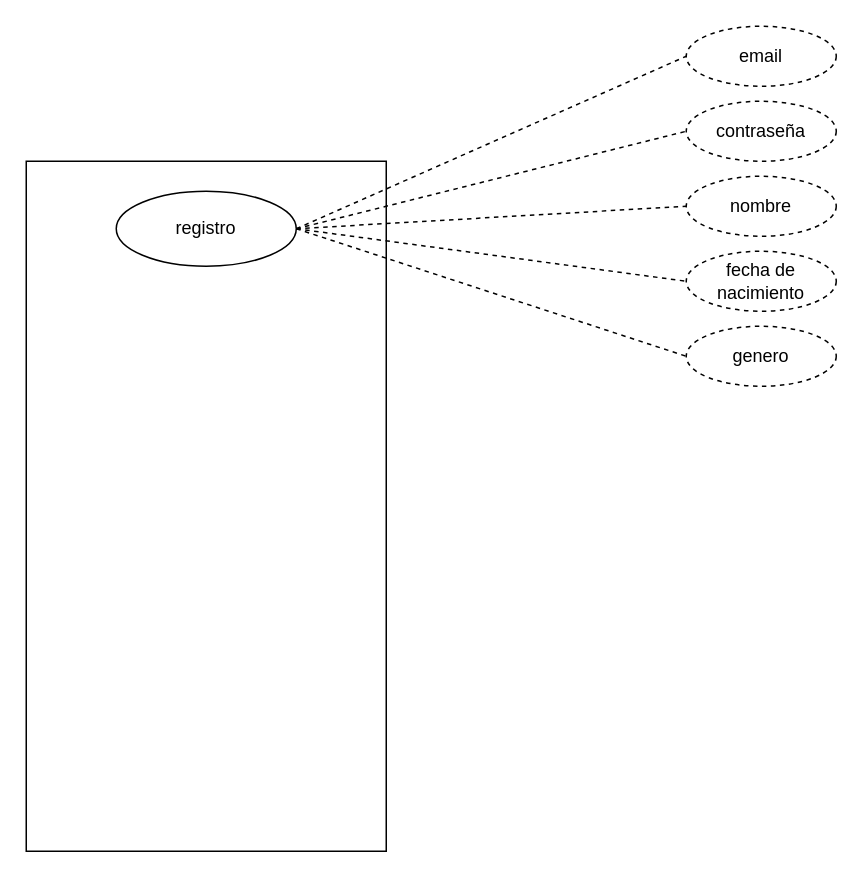
lezlytolentino/PROGRAMACION-A-OBJETOS keeps this draw.io diagram as casos de uso extendido.drawio. Above is the earlier version. Source tidied: cells renumbered, new cells numbered last; positions are measured from the earlier drawing's top-left corner, leaving out a move shared by most shapes. Both pictures are drawn from the tidied source at 150%, with x=0, y=0 at pixel (26, 26).
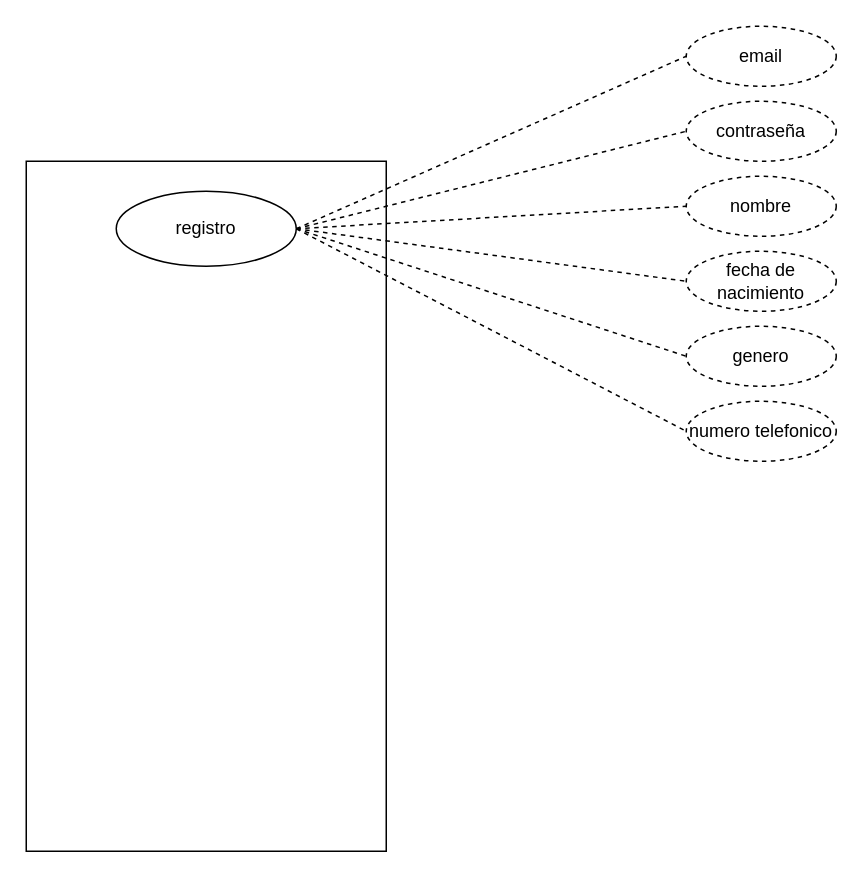
Above is the later version.

The edit, as a diff of the source:
```diff
@@
 <mxGraphModel>
   <root>
     <mxCell id="0" />
     <mxCell id="1" parent="0" />
     <mxCell id="2" style="rounded=0;whiteSpace=wrap;html=1;" parent="1" vertex="1">
       <mxGeometry y="90" width="240" height="460" as="geometry" />
     </mxCell>
     <mxCell id="3" value="registro" style="ellipse;whiteSpace=wrap;html=1;" parent="1" vertex="1">
       <mxGeometry x="60" y="110" width="120" height="50" as="geometry" />
     </mxCell>
     <mxCell id="4" value="email" style="ellipse;whiteSpace=wrap;html=1;align=center;dashed=1;" parent="1" vertex="1">
       <mxGeometry x="440" width="100" height="40" as="geometry" />
     </mxCell>
     <mxCell id="5" value="contraseña" style="ellipse;whiteSpace=wrap;html=1;align=center;dashed=1;" parent="1" vertex="1">
       <mxGeometry x="440" y="50" width="100" height="40" as="geometry" />
     </mxCell>
     <mxCell id="6" value="fecha de nacimiento" style="ellipse;whiteSpace=wrap;html=1;align=center;dashed=1;" parent="1" vertex="1">
       <mxGeometry x="440" y="150" width="100" height="40" as="geometry" />
     </mxCell>
     <mxCell id="7" value="nombre" style="ellipse;whiteSpace=wrap;html=1;align=center;dashed=1;" parent="1" vertex="1">
       <mxGeometry x="440" y="100" width="100" height="40" as="geometry" />
     </mxCell>
     <mxCell id="8" value="genero" style="ellipse;whiteSpace=wrap;html=1;align=center;dashed=1;" parent="1" vertex="1">
       <mxGeometry x="440" y="200" width="100" height="40" as="geometry" />
     </mxCell>
     <mxCell id="9" style="endArrow=none;dashed=1;html=1;rounded=0;exitX=1;exitY=0.5;exitDx=0;exitDy=0;entryX=0;entryY=0.5;entryDx=0;entryDy=0;" parent="1" edge="1" source="3" target="4">
       <mxGeometry relative="1" as="geometry" />
     </mxCell>
     <mxCell id="10" style="endArrow=none;dashed=1;html=1;rounded=0;exitX=1;exitY=0.5;exitDx=0;exitDy=0;entryX=0;entryY=0.5;entryDx=0;entryDy=0;" parent="1" edge="1" source="3" target="5">
       <mxGeometry relative="1" as="geometry" />
     </mxCell>
     <mxCell id="11" style="endArrow=none;dashed=1;html=1;rounded=0;entryX=0;entryY=0.5;entryDx=0;entryDy=0;exitX=1;exitY=0.5;exitDx=0;exitDy=0;" parent="1" edge="1" source="3" target="7">
       <mxGeometry relative="1" as="geometry" />
     </mxCell>
     <mxCell id="12" style="endArrow=none;dashed=1;html=1;rounded=0;entryX=0;entryY=0.5;entryDx=0;entryDy=0;exitX=1;exitY=0.5;exitDx=0;exitDy=0;" parent="1" edge="1" source="3" target="6">
       <mxGeometry relative="1" as="geometry" />
     </mxCell>
     <mxCell id="13" style="endArrow=none;dashed=1;html=1;rounded=0;entryX=0;entryY=0.5;entryDx=0;entryDy=0;exitX=1;exitY=0.5;exitDx=0;exitDy=0;" parent="1" edge="1" source="3" target="8">
       <mxGeometry relative="1" as="geometry" />
     </mxCell>
+    <mxCell id="14" value="numero telefonico" style="ellipse;whiteSpace=wrap;html=1;align=center;dashed=1;" parent="1" vertex="1">
+      <mxGeometry x="440" y="250" width="100" height="40" as="geometry" />
+    </mxCell>
+    <mxCell id="15" style="endArrow=none;dashed=1;html=1;rounded=0;entryX=0;entryY=0.5;entryDx=0;entryDy=0;exitX=1;exitY=0.5;exitDx=0;exitDy=0;" parent="1" edge="1" source="3" target="14">
+      <mxGeometry relative="1" as="geometry" />
+    </mxCell>
   </root>
 </mxGraphModel>
```
